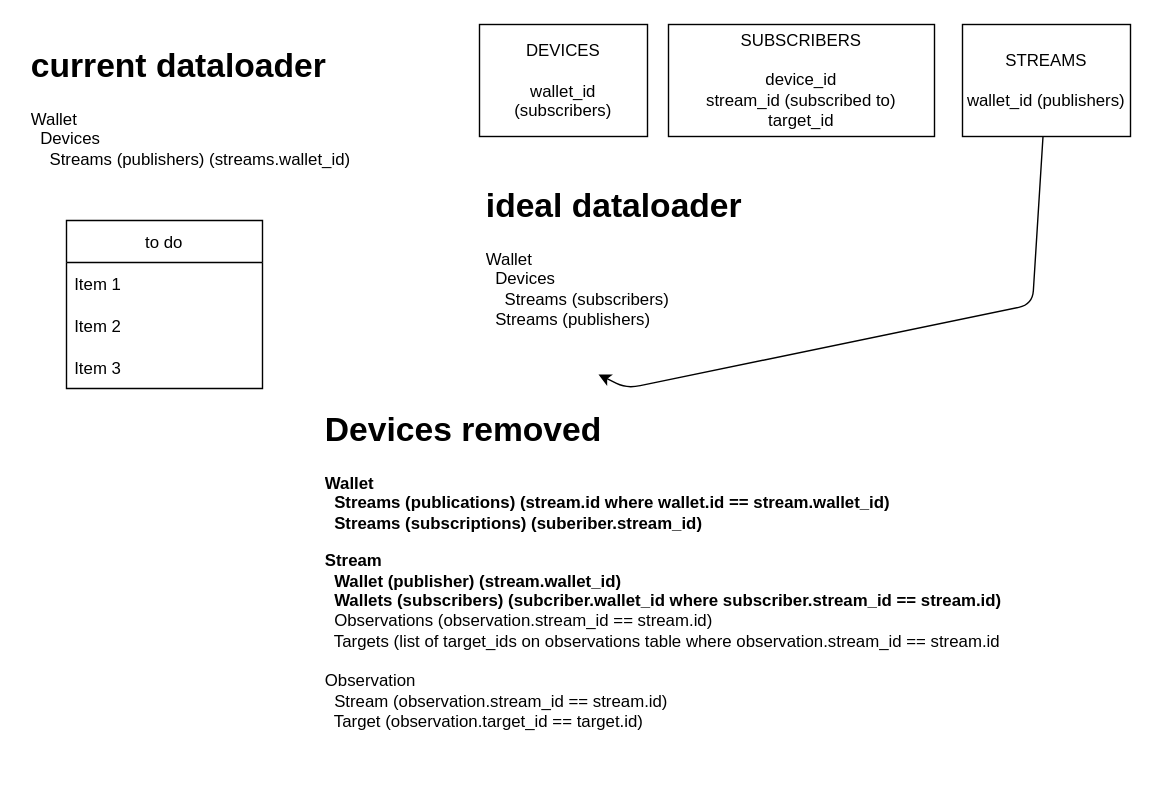
This is server/docs/relationships.drawio from SatoriNetwork/Satori, a draw.io file, before an edit. Source tidied: cells renumbered, new cells numbered last; positions are measured from the earlier drawing's top-left corner, leaving out a move shared by most shapes. Both pictures are drawn from the tidied source at 140%, with x=0, y=0 at pixel (24, 24).
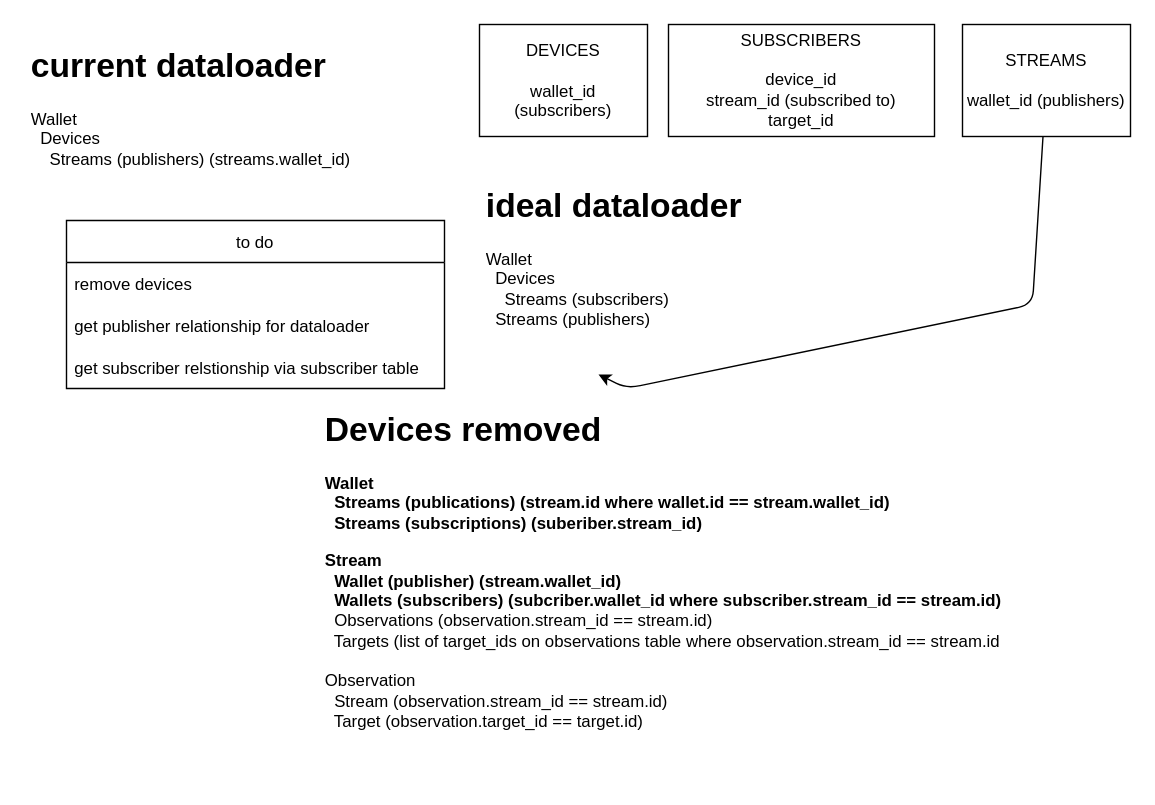
Above is the later version.

Diff of the diagram source:
```diff
@@
 <mxGraphModel>
   <root>
     <mxCell id="0" />
     <mxCell id="1" parent="0" />
     <mxCell id="2" style="edgeStyle=none;html=1;" parent="1" edge="1" source="3">
       <mxGeometry relative="1" as="geometry">
         <mxPoint x="410" y="250" as="targetPoint" />
         <Array as="points">
           <mxPoint x="720" y="200" />
           <mxPoint x="430" y="260" />
         </Array>
       </mxGeometry>
     </mxCell>
     <mxCell id="3" value="STREAMS&lt;br&gt;&lt;br&gt;wallet_id (publishers)" style="rounded=0;whiteSpace=wrap;html=1;" parent="1" vertex="1">
       <mxGeometry x="670" width="120" height="80" as="geometry" />
     </mxCell>
     <mxCell id="4" value="SUBSCRIBERS&lt;br&gt;&lt;br&gt;device_id&lt;br&gt;stream_id (subscribed to)&lt;br&gt;target_id" style="rounded=0;whiteSpace=wrap;html=1;" parent="1" vertex="1">
       <mxGeometry x="460" width="190" height="80" as="geometry" />
     </mxCell>
     <mxCell id="5" value="DEVICES&lt;br&gt;&lt;br&gt;wallet_id (subscribers)" style="rounded=0;whiteSpace=wrap;html=1;" parent="1" vertex="1">
       <mxGeometry x="325" width="120" height="80" as="geometry" />
     </mxCell>
     <mxCell id="6" value="&lt;h1&gt;ideal dataloader&lt;/h1&gt;&lt;p&gt;Wallet&lt;br&gt;&amp;nbsp; Devices&lt;br&gt;&amp;nbsp; &amp;nbsp; Streams (subscribers)&lt;br&gt;&amp;nbsp; Streams (publishers)&lt;/p&gt;" style="text;html=1;strokeColor=none;fillColor=none;spacing=5;spacingTop=-20;whiteSpace=wrap;overflow=hidden;rounded=0;" parent="1" vertex="1">
       <mxGeometry x="325" y="110" width="215" height="120" as="geometry" />
     </mxCell>
     <mxCell id="7" value="&lt;h1&gt;current dataloader&amp;nbsp;&lt;/h1&gt;&lt;p&gt;Wallet&lt;br&gt;&amp;nbsp; Devices&lt;br&gt;&amp;nbsp; &amp;nbsp; Streams (publishers) (streams.wallet_id)&lt;/p&gt;" style="text;html=1;strokeColor=none;fillColor=none;spacing=5;spacingTop=-20;whiteSpace=wrap;overflow=hidden;rounded=0;" parent="1" vertex="1">
       <mxGeometry y="10" width="270" height="120" as="geometry" />
     </mxCell>
     <mxCell id="8" value="to do" style="swimlane;fontStyle=0;horizontal=1;startSize=30;" parent="1" vertex="1">
-      <mxGeometry x="30" y="140" width="140" height="120" as="geometry" />
+      <mxGeometry x="30" y="140" width="270" height="120" as="geometry" />
     </mxCell>
-    <mxCell id="9" value="Item 1" style="text;strokeColor=none;fillColor=none;align=left;verticalAlign=middle;spacingLeft=4;spacingRight=4;overflow=hidden;" parent="8" vertex="1">
-      <mxGeometry y="30" width="140" height="30" as="geometry" />
+    <mxCell id="9" value="remove devices" style="text;strokeColor=none;fillColor=none;align=left;verticalAlign=middle;spacingLeft=4;spacingRight=4;overflow=hidden;" parent="8" vertex="1">
+      <mxGeometry y="30" width="270" height="30" as="geometry" />
     </mxCell>
-    <mxCell id="10" value="Item 2" style="text;strokeColor=none;fillColor=none;align=left;verticalAlign=middle;spacingLeft=4;spacingRight=4;overflow=hidden;" parent="8" vertex="1">
-      <mxGeometry y="60" width="140" height="30" as="geometry" />
+    <mxCell id="10" value="get publisher relationship for dataloader" style="text;strokeColor=none;fillColor=none;align=left;verticalAlign=middle;spacingLeft=4;spacingRight=4;overflow=hidden;" parent="8" vertex="1">
+      <mxGeometry y="60" width="270" height="30" as="geometry" />
     </mxCell>
-    <mxCell id="11" value="Item 3" style="text;strokeColor=none;fillColor=none;align=left;verticalAlign=middle;spacingLeft=4;spacingRight=4;overflow=hidden;" parent="8" vertex="1">
-      <mxGeometry y="90" width="140" height="30" as="geometry" />
+    <mxCell id="11" value="get subscriber relstionship via subscriber table" style="text;strokeColor=none;fillColor=none;align=left;verticalAlign=middle;spacingLeft=4;spacingRight=4;overflow=hidden;" parent="8" vertex="1">
+      <mxGeometry y="90" width="270" height="30" as="geometry" />
     </mxCell>
     <mxCell id="12" value="&lt;h1&gt;Devices removed&lt;/h1&gt;&lt;p&gt;&lt;b&gt;Wallet&lt;br&gt;&amp;nbsp; Streams (publications) (stream.id where wallet.id == stream.wallet_id)&lt;br&gt;&lt;span&gt;&amp;nbsp; Streams (subscriptions) (suberiber.stream_id)&lt;/span&gt;&lt;/b&gt;&lt;/p&gt;&lt;p&gt;&lt;b&gt;&lt;span&gt;Stream&lt;br&gt;&lt;/span&gt;&lt;span&gt;&amp;nbsp; Wallet (publisher) (stream.wallet_id)&lt;br&gt;&lt;/span&gt;&lt;/b&gt;&lt;span&gt;&lt;b&gt;&amp;nbsp; Wallets (subscribers) (subcriber.wallet_id where subscriber.stream_id == stream.id)&lt;/b&gt;&lt;br&gt;&amp;nbsp; Observations (observation.stream_id == stream.id)&lt;br&gt;&amp;nbsp; Targets (list of target_ids on observations table where observation.stream_id == stream.id&lt;br&gt;&lt;br&gt;Observation&lt;br&gt;&amp;nbsp; Stream (observation.stream_id == stream.id)&lt;br&gt;&amp;nbsp; Target (observation.target_id == target.id)&lt;br&gt;&lt;/span&gt;&lt;/p&gt;&lt;p&gt;&amp;nbsp;&amp;nbsp;&lt;/p&gt;" style="text;html=1;strokeColor=none;fillColor=none;spacing=5;spacingTop=-20;whiteSpace=wrap;overflow=hidden;rounded=0;" parent="1" vertex="1">
       <mxGeometry x="210" y="270" width="580" height="270" as="geometry" />
     </mxCell>
   </root>
 </mxGraphModel>
```
